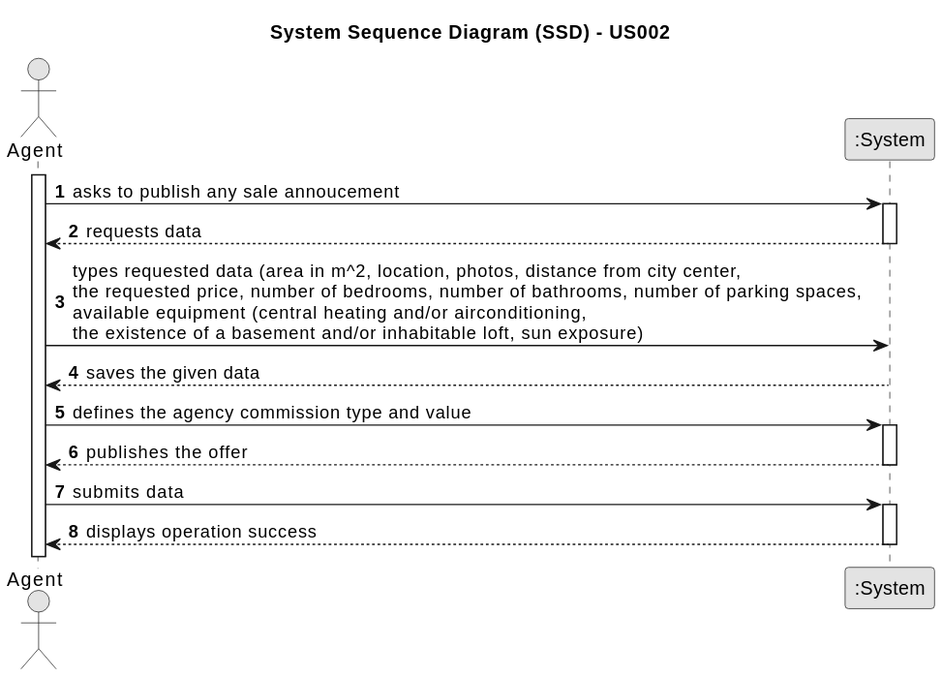
Earlier version of the PlantUML export docs/sprintB/US02/01.requirements-engineering/svg/us02-system-sequence-diagram-System_Sequence_Diagram__SSD____US002.svg (PureNimble/ISEP-LAPR2). The source it was exported from:
```plantuml
@startuml
skinparam monochrome true
skinparam packageStyle rectangle
skinparam shadowing false

title System Sequence Diagram (SSD) - US002

autonumber

actor "Agent" as Agent
participant ":System" as System

activate Agent

    Agent -> System : asks to publish any sale annoucement
    activate System

        System --> Agent : requests data
    deactivate System

        Agent -> System : types requested data (area in m^2, location, photos, distance from city center, \nthe requested price, number of bedrooms, number of bathrooms, number of parking spaces, \navailable equipment (central heating and/or airconditioning, \nthe existence of a basement and/or inhabitable loft, sun exposure)


     System --> Agent : saves the given data
            deactivate System

        Agent -> System : defines the agency commission type and value
            activate System

        System --> Agent : publishes the offer
        deactivate System

        Agent -> System : submits data
        activate System

        System --> Agent : displays operation success
        deactivate System
@enduml
```
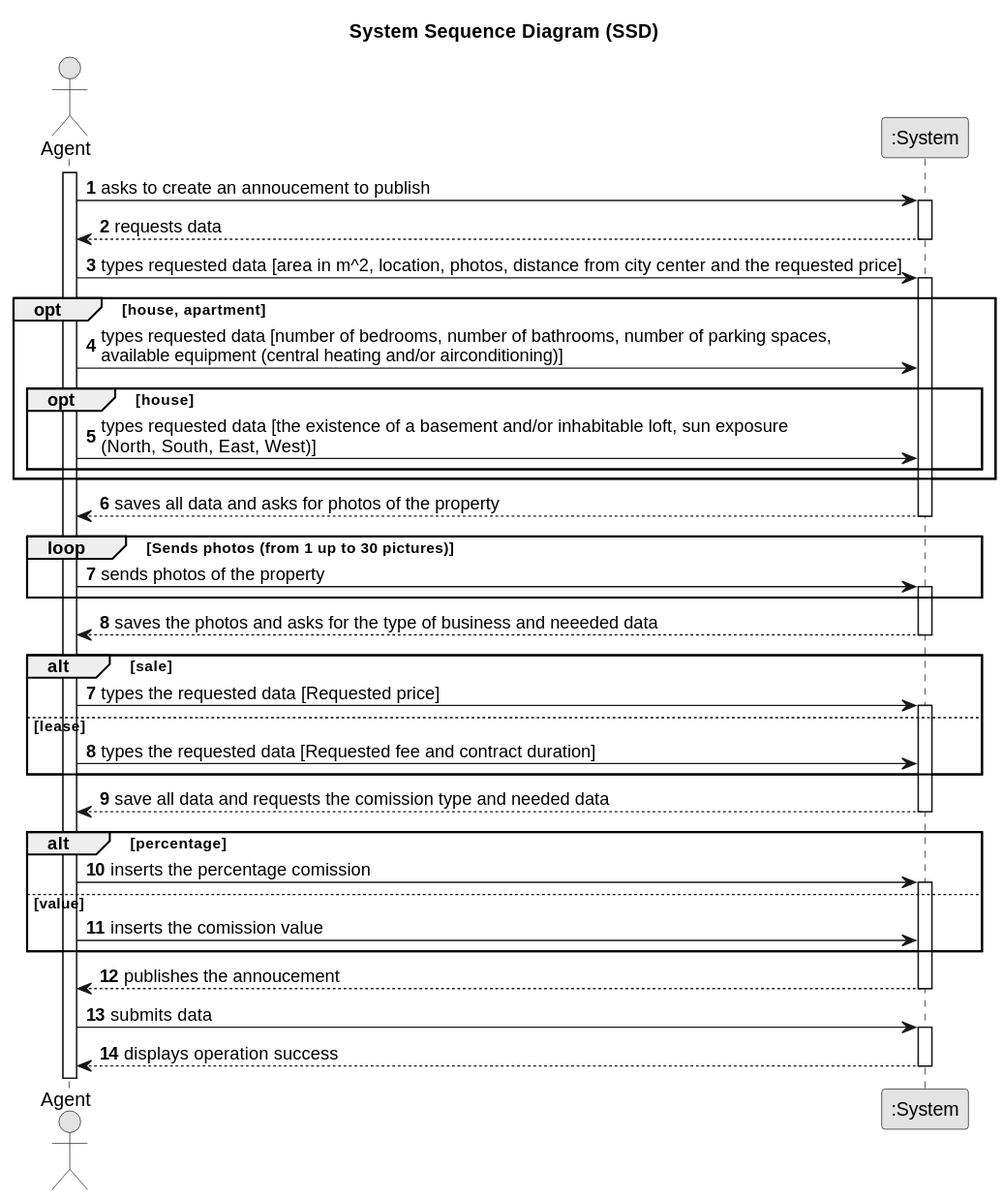
Above is the later version.

Change to the diagram source:
```diff
@@ -3,36 +3,82 @@
 skinparam packageStyle rectangle
 skinparam shadowing false
 
-title System Sequence Diagram (SSD) - US002
+title System Sequence Diagram (SSD)
 
-autonumber
-
+ autonumber
 actor "Agent" as Agent
 participant ":System" as System
 
 activate Agent
 
-    Agent -> System : asks to publish any sale annoucement
-    activate System
+    Agent -> System : asks to create an annoucement to publish
+        activate System
 
-        System --> Agent : requests data
-    deactivate System
+    System --> Agent : requests data
+        deactivate System
 
-        Agent -> System : types requested data (area in m^2, location, photos, distance from city center, \nthe requested price, number of bedrooms, number of bathrooms, number of parking spaces, \navailable equipment (central heating and/or airconditioning, \nthe existence of a basement and/or inhabitable loft, sun exposure)
+    Agent -> System : types requested data [area in m^2, location, photos, distance from city center and the requested price]
+        activate System
+
+    opt house, apartment
+        autonumber 4
+        Agent -> System : types requested data [number of bedrooms, number of bathrooms, number of parking spaces, \navailable equipment (central heating and/or airconditioning)]
+
+        opt house
+            autonumber 5
+            Agent -> System : types requested data [the existence of a basement and/or inhabitable loft, sun exposure \n(North, South, East, West)]
+        end
+    end
+
+    System ---> Agent : saves all data and asks for photos of the property
+        deactivate System
+
+    loop Sends photos (from 1 up to 30 pictures)
+
+        Agent -> System : sends photos of the property
+            activate System
+        end
 
 
-     System --> Agent : saves the given data
-            deactivate System
 
-        Agent -> System : defines the agency commission type and value
+
+    System ---> Agent : saves the photos and asks for the type of business and neeeded data
+        deactivate System
+
+    alt sale
+
+        autonumber 7
+
+        Agent -> System : types the requested data [Requested price]
             activate System
 
-        System --> Agent : publishes the offer
+        else lease
+
+            Agent -> System : types the requested data [Requested fee and contract duration]
+
+    end
+
+    System --> Agent : save all data and requests the comission type and needed data
         deactivate System
 
-        Agent -> System : submits data
+    alt percentage
+
+    Agent -> System : inserts the percentage comission
         activate System
 
-        System --> Agent : displays operation success
+    else value
+
+        Agent -> System : inserts the comission value
+
+    end
+
+    System --> Agent : publishes the annoucement
         deactivate System
-@enduml
+
+    Agent -> System : submits data
+        activate System
+
+    System --> Agent : displays operation success
+        deactivate System
+
+ @enduml
```
